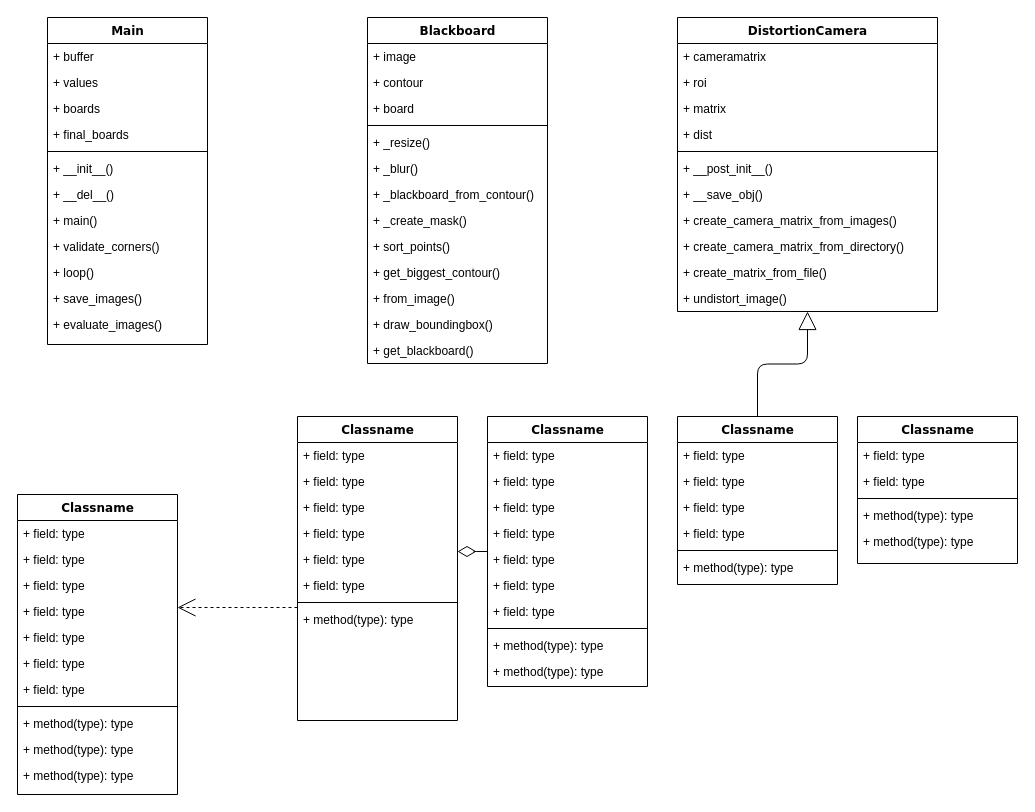
Before: BlackboardUML.drawio in MarkusvonStaden/blackboard2api, a draw.io diagram. Source tidied: cells renumbered, new cells numbered last; positions are measured from the earlier drawing's top-left corner, leaving out a move shared by most shapes. Both pictures are drawn from the tidied source at 100%, with x=0, y=0 at pixel (17, 17).
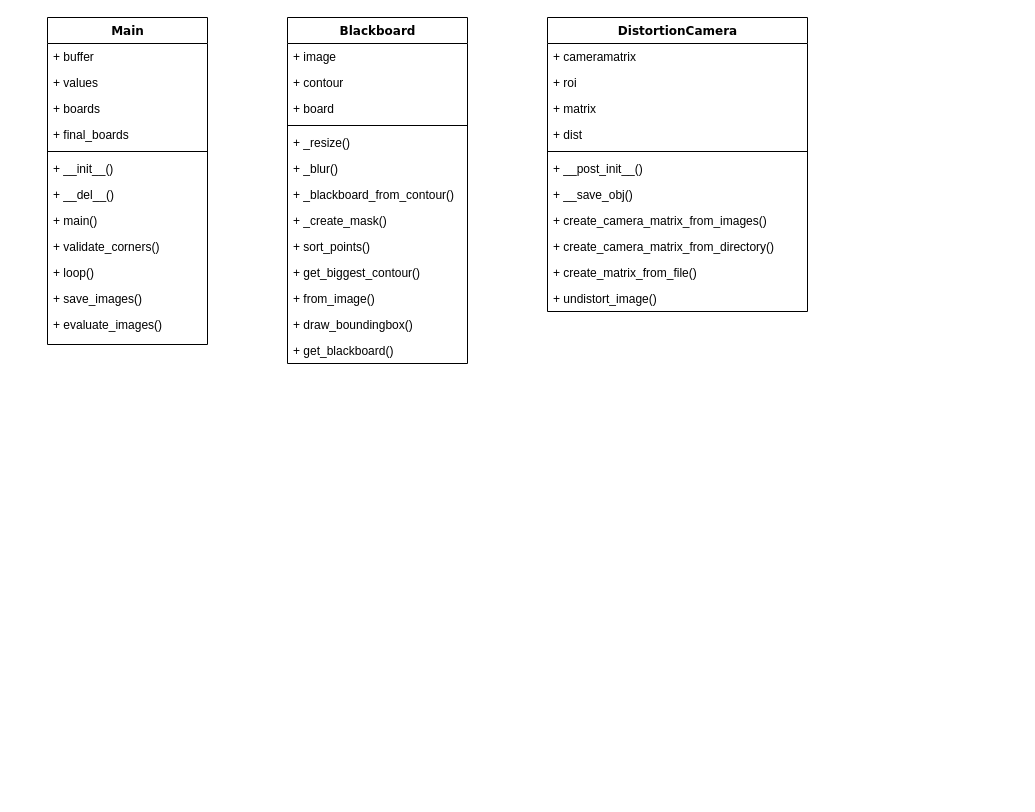
Above is the later version.

What changed in the source:
```diff
@@
     <mxCell id="15" value="Blackboard" style="swimlane;html=1;fontStyle=1;align=center;verticalAlign=top;horizontal=1;startSize=26;swimlaneFillColor=#ffffff;rounded=0;shadow=0;comic=0;labelBackgroundColor=none;strokeWidth=1;fillColor=none;fontFamily=Verdana;fontSize=12;" parent="1" vertex="1">
-      <mxGeometry x="350" width="180" height="346" as="geometry" />
+      <mxGeometry x="270" width="180" height="346" as="geometry" />
     </mxCell>
@@
     <mxCell id="30" value="DistortionCamera" style="swimlane;html=1;fontStyle=1;align=center;verticalAlign=top;horizontal=1;startSize=26;swimlaneFillColor=#ffffff;rounded=0;shadow=0;comic=0;labelBackgroundColor=none;strokeWidth=1;fillColor=none;fontFamily=Verdana;fontSize=12;" parent="1" vertex="1">
-      <mxGeometry x="660" width="260" height="294" as="geometry" />
+      <mxGeometry x="530" width="260" height="294" as="geometry" />
     </mxCell>
@@
-    <mxCell id="42" style="edgeStyle=elbowEdgeStyle;html=1;labelBackgroundColor=none;startFill=0;startSize=8;endArrow=open;endFill=0;endSize=16;fontFamily=Verdana;fontSize=12;elbow=vertical;dashed=1;" parent="1" edge="1" source="56" target="43">
-      <mxGeometry relative="1" as="geometry" />
-    </mxCell>
-    <mxCell id="43" value="Classname" style="swimlane;html=1;fontStyle=1;align=center;verticalAlign=top;horizontal=1;startSize=26;swimlaneFillColor=#ffffff;rounded=0;shadow=0;comic=0;labelBackgroundColor=none;strokeWidth=1;fillColor=none;fontFamily=Verdana;fontSize=12;" parent="1" vertex="1">
-      <mxGeometry y="477" width="160" height="300" as="geometry" />
-    </mxCell>
-    <mxCell id="44" value="+ field: type" style="text;html=1;strokeColor=none;fillColor=none;align=left;verticalAlign=top;spacingLeft=4;spacingRight=4;whiteSpace=wrap;overflow=hidden;" parent="43" vertex="1">
-      <mxGeometry y="26" width="160" height="26" as="geometry" />
-    </mxCell>
-    <mxCell id="45" value="+ field: type" style="text;html=1;strokeColor=none;fillColor=none;align=left;verticalAlign=top;spacingLeft=4;spacingRight=4;whiteSpace=wrap;overflow=hidden;" parent="43" vertex="1">
-      <mxGeometry y="52" width="160" height="26" as="geometry" />
-    </mxCell>
-    <mxCell id="46" value="+ field: type" style="text;html=1;strokeColor=none;fillColor=none;align=left;verticalAlign=top;spacingLeft=4;spacingRight=4;whiteSpace=wrap;overflow=hidden;" parent="43" vertex="1">
-      <mxGeometry y="78" width="160" height="26" as="geometry" />
-    </mxCell>
-    <mxCell id="47" value="+ field: type" style="text;html=1;strokeColor=none;fillColor=none;align=left;verticalAlign=top;spacingLeft=4;spacingRight=4;whiteSpace=wrap;overflow=hidden;" parent="43" vertex="1">
-      <mxGeometry y="104" width="160" height="26" as="geometry" />
-    </mxCell>
-    <mxCell id="48" value="+ field: type" style="text;html=1;strokeColor=none;fillColor=none;align=left;verticalAlign=top;spacingLeft=4;spacingRight=4;whiteSpace=wrap;overflow=hidden;" parent="43" vertex="1">
-      <mxGeometry y="130" width="160" height="26" as="geometry" />
-    </mxCell>
-    <mxCell id="49" value="+ field: type" style="text;html=1;strokeColor=none;fillColor=none;align=left;verticalAlign=top;spacingLeft=4;spacingRight=4;whiteSpace=wrap;overflow=hidden;" parent="43" vertex="1">
-      <mxGeometry y="156" width="160" height="26" as="geometry" />
-    </mxCell>
-    <mxCell id="50" value="+ field: type" style="text;html=1;strokeColor=none;fillColor=none;align=left;verticalAlign=top;spacingLeft=4;spacingRight=4;whiteSpace=wrap;overflow=hidden;" parent="43" vertex="1">
-      <mxGeometry y="182" width="160" height="26" as="geometry" />
-    </mxCell>
-    <mxCell id="51" style="line;html=1;strokeWidth=1;fillColor=none;align=left;verticalAlign=middle;spacingTop=-1;spacingLeft=3;spacingRight=3;labelPosition=right;" parent="43" vertex="1">
-      <mxGeometry y="208" width="160" height="8" as="geometry" />
-    </mxCell>
-    <mxCell id="52" value="+ method(type): type" style="text;html=1;strokeColor=none;fillColor=none;align=left;verticalAlign=top;spacingLeft=4;spacingRight=4;whiteSpace=wrap;overflow=hidden;" parent="43" vertex="1">
-      <mxGeometry y="216" width="160" height="26" as="geometry" />
-    </mxCell>
-    <mxCell id="53" value="+ method(type): type" style="text;html=1;strokeColor=none;fillColor=none;align=left;verticalAlign=top;spacingLeft=4;spacingRight=4;whiteSpace=wrap;overflow=hidden;" parent="43" vertex="1">
-      <mxGeometry y="242" width="160" height="26" as="geometry" />
-    </mxCell>
-    <mxCell id="54" value="+ method(type): type" style="text;html=1;strokeColor=none;fillColor=none;align=left;verticalAlign=top;spacingLeft=4;spacingRight=4;whiteSpace=wrap;overflow=hidden;" parent="43" vertex="1">
-      <mxGeometry y="268" width="160" height="26" as="geometry" />
-    </mxCell>
-    <mxCell id="55" style="edgeStyle=elbowEdgeStyle;html=1;labelBackgroundColor=none;startFill=0;startSize=8;endArrow=diamondThin;endFill=0;endSize=16;fontFamily=Verdana;fontSize=12;elbow=vertical;" parent="1" edge="1" source="65" target="56">
-      <mxGeometry relative="1" as="geometry" />
-    </mxCell>
-    <mxCell id="56" value="Classname" style="swimlane;html=1;fontStyle=1;align=center;verticalAlign=top;horizontal=1;startSize=26;swimlaneFillColor=#ffffff;rounded=0;shadow=0;comic=0;labelBackgroundColor=none;strokeWidth=1;fillColor=none;fontFamily=Verdana;fontSize=12;" parent="1" vertex="1">
-      <mxGeometry x="280" y="399" width="160" height="304" as="geometry" />
-    </mxCell>
-    <mxCell id="57" value="+ field: type" style="text;html=1;strokeColor=none;fillColor=none;align=left;verticalAlign=top;spacingLeft=4;spacingRight=4;whiteSpace=wrap;overflow=hidden;" parent="56" vertex="1">
-      <mxGeometry y="26" width="160" height="26" as="geometry" />
-    </mxCell>
-    <mxCell id="58" value="+ field: type" style="text;html=1;strokeColor=none;fillColor=none;align=left;verticalAlign=top;spacingLeft=4;spacingRight=4;whiteSpace=wrap;overflow=hidden;" parent="56" vertex="1">
-      <mxGeometry y="52" width="160" height="26" as="geometry" />
-    </mxCell>
-    <mxCell id="59" value="+ field: type" style="text;html=1;strokeColor=none;fillColor=none;align=left;verticalAlign=top;spacingLeft=4;spacingRight=4;whiteSpace=wrap;overflow=hidden;" parent="56" vertex="1">
-      <mxGeometry y="78" width="160" height="26" as="geometry" />
-    </mxCell>
-    <mxCell id="60" value="+ field: type" style="text;html=1;strokeColor=none;fillColor=none;align=left;verticalAlign=top;spacingLeft=4;spacingRight=4;whiteSpace=wrap;overflow=hidden;" parent="56" vertex="1">
-      <mxGeometry y="104" width="160" height="26" as="geometry" />
-    </mxCell>
-    <mxCell id="61" value="+ field: type" style="text;html=1;strokeColor=none;fillColor=none;align=left;verticalAlign=top;spacingLeft=4;spacingRight=4;whiteSpace=wrap;overflow=hidden;" parent="56" vertex="1">
-      <mxGeometry y="130" width="160" height="26" as="geometry" />
-    </mxCell>
-    <mxCell id="62" value="+ field: type" style="text;html=1;strokeColor=none;fillColor=none;align=left;verticalAlign=top;spacingLeft=4;spacingRight=4;whiteSpace=wrap;overflow=hidden;" parent="56" vertex="1">
-      <mxGeometry y="156" width="160" height="26" as="geometry" />
-    </mxCell>
-    <mxCell id="63" style="line;html=1;strokeWidth=1;fillColor=none;align=left;verticalAlign=middle;spacingTop=-1;spacingLeft=3;spacingRight=3;labelPosition=right;" parent="56" vertex="1">
-      <mxGeometry y="182" width="160" height="8" as="geometry" />
-    </mxCell>
-    <mxCell id="64" value="+ method(type): type" style="text;html=1;strokeColor=none;fillColor=none;align=left;verticalAlign=top;spacingLeft=4;spacingRight=4;whiteSpace=wrap;overflow=hidden;" parent="56" vertex="1">
-      <mxGeometry y="190" width="160" height="26" as="geometry" />
-    </mxCell>
-    <mxCell id="65" value="Classname" style="swimlane;html=1;fontStyle=1;align=center;verticalAlign=top;horizontal=1;startSize=26;swimlaneFillColor=#ffffff;rounded=0;shadow=0;comic=0;labelBackgroundColor=none;strokeWidth=1;fillColor=none;fontFamily=Verdana;fontSize=12;" parent="1" vertex="1">
-      <mxGeometry x="470" y="399" width="160" height="270" as="geometry" />
-    </mxCell>
-    <mxCell id="66" value="+ field: type" style="text;html=1;strokeColor=none;fillColor=none;align=left;verticalAlign=top;spacingLeft=4;spacingRight=4;whiteSpace=wrap;overflow=hidden;" parent="65" vertex="1">
-      <mxGeometry y="26" width="160" height="26" as="geometry" />
-    </mxCell>
-    <mxCell id="67" value="+ field: type" style="text;html=1;strokeColor=none;fillColor=none;align=left;verticalAlign=top;spacingLeft=4;spacingRight=4;whiteSpace=wrap;overflow=hidden;" parent="65" vertex="1">
-      <mxGeometry y="52" width="160" height="26" as="geometry" />
-    </mxCell>
-    <mxCell id="68" value="+ field: type" style="text;html=1;strokeColor=none;fillColor=none;align=left;verticalAlign=top;spacingLeft=4;spacingRight=4;whiteSpace=wrap;overflow=hidden;" parent="65" vertex="1">
-      <mxGeometry y="78" width="160" height="26" as="geometry" />
-    </mxCell>
-    <mxCell id="69" value="+ field: type" style="text;html=1;strokeColor=none;fillColor=none;align=left;verticalAlign=top;spacingLeft=4;spacingRight=4;whiteSpace=wrap;overflow=hidden;" parent="65" vertex="1">
-      <mxGeometry y="104" width="160" height="26" as="geometry" />
-    </mxCell>
-    <mxCell id="70" value="+ field: type" style="text;html=1;strokeColor=none;fillColor=none;align=left;verticalAlign=top;spacingLeft=4;spacingRight=4;whiteSpace=wrap;overflow=hidden;" parent="65" vertex="1">
-      <mxGeometry y="130" width="160" height="26" as="geometry" />
-    </mxCell>
-    <mxCell id="71" value="+ field: type" style="text;html=1;strokeColor=none;fillColor=none;align=left;verticalAlign=top;spacingLeft=4;spacingRight=4;whiteSpace=wrap;overflow=hidden;" parent="65" vertex="1">
-      <mxGeometry y="156" width="160" height="26" as="geometry" />
-    </mxCell>
-    <mxCell id="72" value="+ field: type" style="text;html=1;strokeColor=none;fillColor=none;align=left;verticalAlign=top;spacingLeft=4;spacingRight=4;whiteSpace=wrap;overflow=hidden;" parent="65" vertex="1">
-      <mxGeometry y="182" width="160" height="26" as="geometry" />
-    </mxCell>
-    <mxCell id="73" style="line;html=1;strokeWidth=1;fillColor=none;align=left;verticalAlign=middle;spacingTop=-1;spacingLeft=3;spacingRight=3;labelPosition=right;" parent="65" vertex="1">
-      <mxGeometry y="208" width="160" height="8" as="geometry" />
-    </mxCell>
-    <mxCell id="74" value="+ method(type): type" style="text;html=1;strokeColor=none;fillColor=none;align=left;verticalAlign=top;spacingLeft=4;spacingRight=4;whiteSpace=wrap;overflow=hidden;" parent="65" vertex="1">
-      <mxGeometry y="216" width="160" height="26" as="geometry" />
-    </mxCell>
-    <mxCell id="75" value="+ method(type): type" style="text;html=1;strokeColor=none;fillColor=none;align=left;verticalAlign=top;spacingLeft=4;spacingRight=4;whiteSpace=wrap;overflow=hidden;" parent="65" vertex="1">
-      <mxGeometry y="242" width="160" height="26" as="geometry" />
-    </mxCell>
-    <mxCell id="76" style="edgeStyle=orthogonalEdgeStyle;html=1;labelBackgroundColor=none;startFill=0;startSize=8;endArrow=block;endFill=0;endSize=16;fontFamily=Verdana;fontSize=12;" parent="1" edge="1" source="77" target="30">
-      <mxGeometry relative="1" as="geometry" />
-    </mxCell>
-    <mxCell id="77" value="Classname" style="swimlane;html=1;fontStyle=1;align=center;verticalAlign=top;horizontal=1;startSize=26;swimlaneFillColor=#ffffff;rounded=0;shadow=0;comic=0;labelBackgroundColor=none;strokeWidth=1;fillColor=none;fontFamily=Verdana;fontSize=12;" parent="1" vertex="1">
-      <mxGeometry x="660" y="399" width="160" height="168" as="geometry" />
-    </mxCell>
-    <mxCell id="78" value="+ field: type" style="text;html=1;strokeColor=none;fillColor=none;align=left;verticalAlign=top;spacingLeft=4;spacingRight=4;whiteSpace=wrap;overflow=hidden;" parent="77" vertex="1">
-      <mxGeometry y="26" width="160" height="26" as="geometry" />
-    </mxCell>
-    <mxCell id="79" value="+ field: type" style="text;html=1;strokeColor=none;fillColor=none;align=left;verticalAlign=top;spacingLeft=4;spacingRight=4;whiteSpace=wrap;overflow=hidden;" parent="77" vertex="1">
-      <mxGeometry y="52" width="160" height="26" as="geometry" />
-    </mxCell>
-    <mxCell id="80" value="+ field: type" style="text;html=1;strokeColor=none;fillColor=none;align=left;verticalAlign=top;spacingLeft=4;spacingRight=4;whiteSpace=wrap;overflow=hidden;" parent="77" vertex="1">
-      <mxGeometry y="78" width="160" height="26" as="geometry" />
-    </mxCell>
-    <mxCell id="81" value="+ field: type" style="text;html=1;strokeColor=none;fillColor=none;align=left;verticalAlign=top;spacingLeft=4;spacingRight=4;whiteSpace=wrap;overflow=hidden;" parent="77" vertex="1">
-      <mxGeometry y="104" width="160" height="26" as="geometry" />
-    </mxCell>
-    <mxCell id="82" style="line;html=1;strokeWidth=1;fillColor=none;align=left;verticalAlign=middle;spacingTop=-1;spacingLeft=3;spacingRight=3;labelPosition=right;" parent="77" vertex="1">
-      <mxGeometry y="130" width="160" height="8" as="geometry" />
-    </mxCell>
-    <mxCell id="83" value="+ method(type): type" style="text;html=1;strokeColor=none;fillColor=none;align=left;verticalAlign=top;spacingLeft=4;spacingRight=4;whiteSpace=wrap;overflow=hidden;" parent="77" vertex="1">
-      <mxGeometry y="138" width="160" height="26" as="geometry" />
-    </mxCell>
-    <mxCell id="84" value="Classname" style="swimlane;html=1;fontStyle=1;align=center;verticalAlign=top;horizontal=1;startSize=26;swimlaneFillColor=#ffffff;rounded=0;shadow=0;comic=0;labelBackgroundColor=none;strokeWidth=1;fillColor=none;fontFamily=Verdana;fontSize=12;" parent="1" vertex="1">
-      <mxGeometry x="840" y="399" width="160" height="147" as="geometry" />
-    </mxCell>
-    <mxCell id="85" value="+ field: type" style="text;html=1;strokeColor=none;fillColor=none;align=left;verticalAlign=top;spacingLeft=4;spacingRight=4;whiteSpace=wrap;overflow=hidden;" parent="84" vertex="1">
-      <mxGeometry y="26" width="160" height="26" as="geometry" />
-    </mxCell>
-    <mxCell id="86" value="+ field: type" style="text;html=1;strokeColor=none;fillColor=none;align=left;verticalAlign=top;spacingLeft=4;spacingRight=4;whiteSpace=wrap;overflow=hidden;" parent="84" vertex="1">
-      <mxGeometry y="52" width="160" height="26" as="geometry" />
-    </mxCell>
-    <mxCell id="87" style="line;html=1;strokeWidth=1;fillColor=none;align=left;verticalAlign=middle;spacingTop=-1;spacingLeft=3;spacingRight=3;labelPosition=right;" parent="84" vertex="1">
-      <mxGeometry y="78" width="160" height="8" as="geometry" />
-    </mxCell>
-    <mxCell id="88" value="+ method(type): type" style="text;html=1;strokeColor=none;fillColor=none;align=left;verticalAlign=top;spacingLeft=4;spacingRight=4;whiteSpace=wrap;overflow=hidden;" parent="84" vertex="1">
-      <mxGeometry y="86" width="160" height="26" as="geometry" />
-    </mxCell>
-    <mxCell id="89" value="+ method(type): type" style="text;html=1;strokeColor=none;fillColor=none;align=left;verticalAlign=top;spacingLeft=4;spacingRight=4;whiteSpace=wrap;overflow=hidden;" parent="84" vertex="1">
-      <mxGeometry y="112" width="160" height="26" as="geometry" />
-    </mxCell>
```
